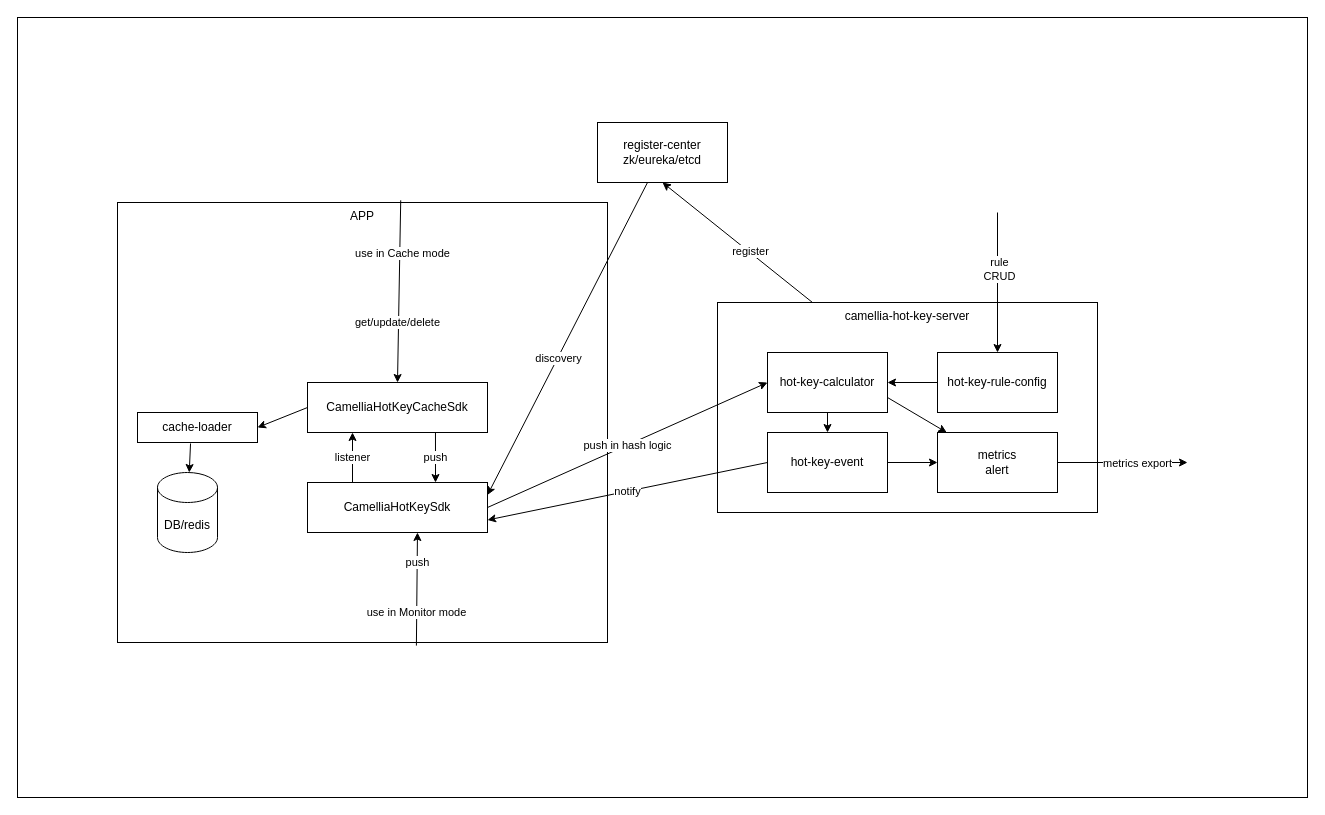
The draw.io diagram docs/hot-key/hot-key.drawio in netease-im/camellia, before the edit. Source tidied: cells renumbered, new cells numbered last; positions are measured from the earlier drawing's top-left corner, leaving out a move shared by most shapes. Both pictures are drawn from the tidied source at 100%, with x=0, y=0 at pixel (17, 17).
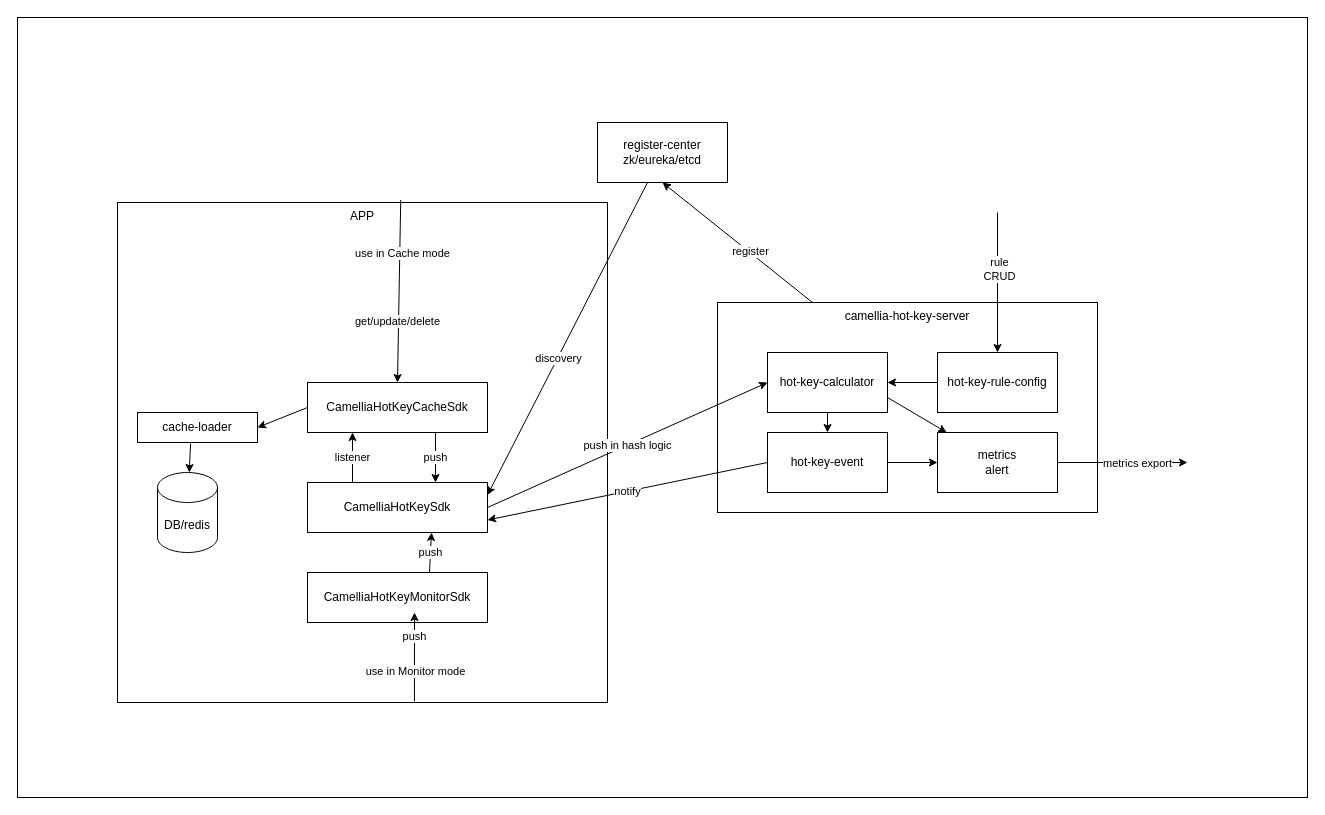
The same page after the edit.

The change refers to these unchanged cells:
```xml
<mxCell id="4" value="CamelliaHotKeySdk" style="rounded=0;whiteSpace=wrap;html=1;" parent="1" vertex="1">
  <mxGeometry x="290" y="465" width="180" height="50" as="geometry" />
</mxCell>
```

Diff of the diagram source:
```diff
@@
     <mxCell id="3" value="APP" style="rounded=0;whiteSpace=wrap;html=1;verticalAlign=top;" parent="1" vertex="1">
-      <mxGeometry x="100" y="185" width="490" height="440" as="geometry" />
+      <mxGeometry x="100" y="185" width="490" height="500" as="geometry" />
     </mxCell>
@@
-    <mxCell id="34" style="endArrow=classic;html=1;rounded=0;exitX=0.61;exitY=1.007;exitDx=0;exitDy=0;exitPerimeter=0;entryX=0.611;entryY=1;entryDx=0;entryDy=0;entryPerimeter=0;" parent="1" edge="1" source="3" target="4">
-      <mxGeometry relative="1" as="geometry" />
-    </mxCell>
+    <mxCell id="37" value="CamelliaHotKeyMonitorSdk" style="rounded=0;whiteSpace=wrap;html=1;" parent="1" vertex="1">
+      <mxGeometry x="290" y="555" width="180" height="50" as="geometry" />
+    </mxCell>
+    <mxCell id="38" value="push" style="endArrow=classic;html=1;rounded=0;" parent="1" edge="1">
+      <mxGeometry relative="1" as="geometry">
+        <mxPoint x="412" y="555" as="sourcePoint" />
+        <mxPoint x="414" y="515" as="targetPoint" />
+      </mxGeometry>
+    </mxCell>
+    <mxCell id="39" style="endArrow=classic;html=1;rounded=0;exitX=0.606;exitY=0.998;exitDx=0;exitDy=0;exitPerimeter=0;" parent="1" edge="1" source="3">
+      <mxGeometry relative="1" as="geometry">
+        <mxPoint x="397" y="595" as="targetPoint" />
+      </mxGeometry>
+    </mxCell>
-    <mxCell id="35" value="push" style="edgeLabel;html=1;align=center;verticalAlign=middle;" parent="34" vertex="1">
-      <mxGeometry x="0.49" relative="1" as="geometry" />
+    <mxCell id="35" value="push" style="edgeLabel;html=1;align=center;verticalAlign=middle;" parent="39" vertex="1">
+      <mxGeometry x="0.46" y="3" relative="1" as="geometry">
+        <mxPoint x="3" as="offset" />
+      </mxGeometry>
     </mxCell>
-    <mxCell id="36" value="use in Monitor mode" style="edgeLabel;html=1;align=center;verticalAlign=middle;" parent="34" vertex="1">
-      <mxGeometry x="-0.4" y="1" relative="1" as="geometry" />
+    <mxCell id="36" value="use in Monitor mode" style="edgeLabel;html=1;align=center;verticalAlign=middle;" parent="39" vertex="1">
+      <mxGeometry x="-0.3" y="-1" relative="1" as="geometry" />
     </mxCell>
```
